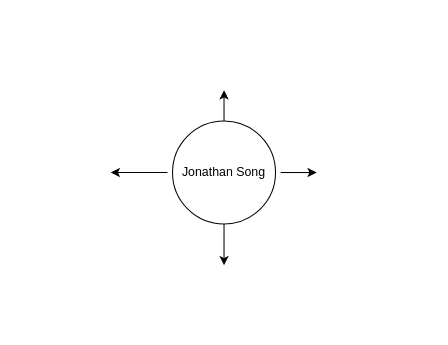
boboflofo/ideaboard keeps this draw.io diagram as Untitled Diagram.drawio. Above is the earlier version. Source tidied: cells renumbered, new cells numbered last; positions are measured from the earlier drawing's top-left corner, leaving out a move shared by most shapes. Both pictures are drawn from the tidied source at 103%, with x=0, y=0 at pixel (110, 90).
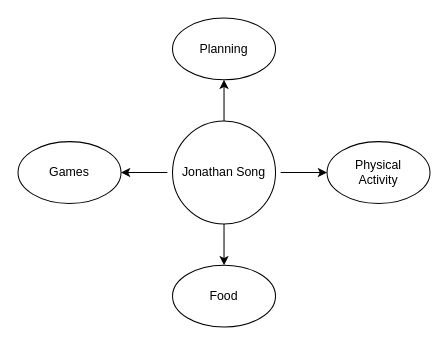
After the change.

Commit message:
finish base idea

What changed in the source:
```diff
@@
 <mxGraphModel>
   <root>
     <mxCell id="0" />
     <mxCell id="1" parent="0" />
     <mxCell id="2" style="ellipse;whiteSpace=wrap;html=1;" parent="1" vertex="1">
       <mxGeometry x="60" y="30" width="100" height="100" as="geometry" />
     </mxCell>
     <mxCell id="3" value="Jonathan Song" style="text;strokeColor=none;align=center;fillColor=none;html=1;verticalAlign=middle;whiteSpace=wrap;rounded=0;" parent="1" vertex="1">
       <mxGeometry x="55" y="50" width="110" height="60" as="geometry" />
     </mxCell>
     <mxCell id="4" style="endArrow=classic;html=1;rounded=0;exitX=0.5;exitY=0;exitDx=0;exitDy=0;" parent="1" edge="1" source="2">
       <mxGeometry relative="1" as="geometry">
-        <mxPoint x="110" as="targetPoint" />
+        <mxPoint x="110" y="-10" as="targetPoint" />
       </mxGeometry>
     </mxCell>
     <mxCell id="5" style="endArrow=classic;html=1;rounded=0;exitX=0.5;exitY=1;exitDx=0;exitDy=0;" parent="1" edge="1" source="2">
       <mxGeometry relative="1" as="geometry">
         <mxPoint x="110" y="170" as="targetPoint" />
       </mxGeometry>
     </mxCell>
     <mxCell id="6" style="endArrow=classic;html=1;rounded=0;exitX=1;exitY=0.5;exitDx=0;exitDy=0;" parent="1" edge="1" source="3">
       <mxGeometry relative="1" as="geometry">
-        <mxPoint x="200" y="80" as="targetPoint" />
+        <mxPoint x="210" y="80" as="targetPoint" />
       </mxGeometry>
     </mxCell>
     <mxCell id="7" style="endArrow=classic;html=1;rounded=0;exitX=0;exitY=0.5;exitDx=0;exitDy=0;" parent="1" edge="1" source="3">
       <mxGeometry relative="1" as="geometry">
-        <mxPoint y="80" as="targetPoint" />
+        <mxPoint x="10" y="80" as="targetPoint" />
       </mxGeometry>
     </mxCell>
+    <mxCell id="8" style="ellipse;whiteSpace=wrap;html=1;" parent="1" vertex="1">
+      <mxGeometry x="60" y="170" width="100" height="60" as="geometry" />
+    </mxCell>
+    <mxCell id="9" style="ellipse;whiteSpace=wrap;html=1;" parent="1" vertex="1">
+      <mxGeometry x="-90" y="50" width="100" height="60" as="geometry" />
+    </mxCell>
+    <mxCell id="10" style="ellipse;whiteSpace=wrap;html=1;" parent="1" vertex="1">
+      <mxGeometry x="60" y="-70" width="100" height="60" as="geometry" />
+    </mxCell>
+    <mxCell id="11" style="ellipse;whiteSpace=wrap;html=1;" parent="1" vertex="1">
+      <mxGeometry x="210" y="50" width="100" height="60" as="geometry" />
+    </mxCell>
+    <mxCell id="12" value="Physical Activity" style="text;strokeColor=none;align=center;fillColor=none;html=1;verticalAlign=middle;whiteSpace=wrap;rounded=0;" parent="1" vertex="1">
+      <mxGeometry x="230" y="65" width="60" height="30" as="geometry" />
+    </mxCell>
+    <mxCell id="13" value="Planning" style="text;strokeColor=none;align=center;fillColor=none;html=1;verticalAlign=middle;whiteSpace=wrap;rounded=0;" parent="1" vertex="1">
+      <mxGeometry x="80" y="-55" width="60" height="30" as="geometry" />
+    </mxCell>
+    <mxCell id="14" value="Games" style="text;strokeColor=none;align=center;fillColor=none;html=1;verticalAlign=middle;whiteSpace=wrap;rounded=0;" parent="1" vertex="1">
+      <mxGeometry x="-70" y="65" width="60" height="30" as="geometry" />
+    </mxCell>
+    <mxCell id="15" value="Food" style="text;strokeColor=none;align=center;fillColor=none;html=1;verticalAlign=middle;whiteSpace=wrap;rounded=0;" parent="1" vertex="1">
+      <mxGeometry x="80" y="185" width="60" height="30" as="geometry" />
+    </mxCell>
   </root>
 </mxGraphModel>
```
